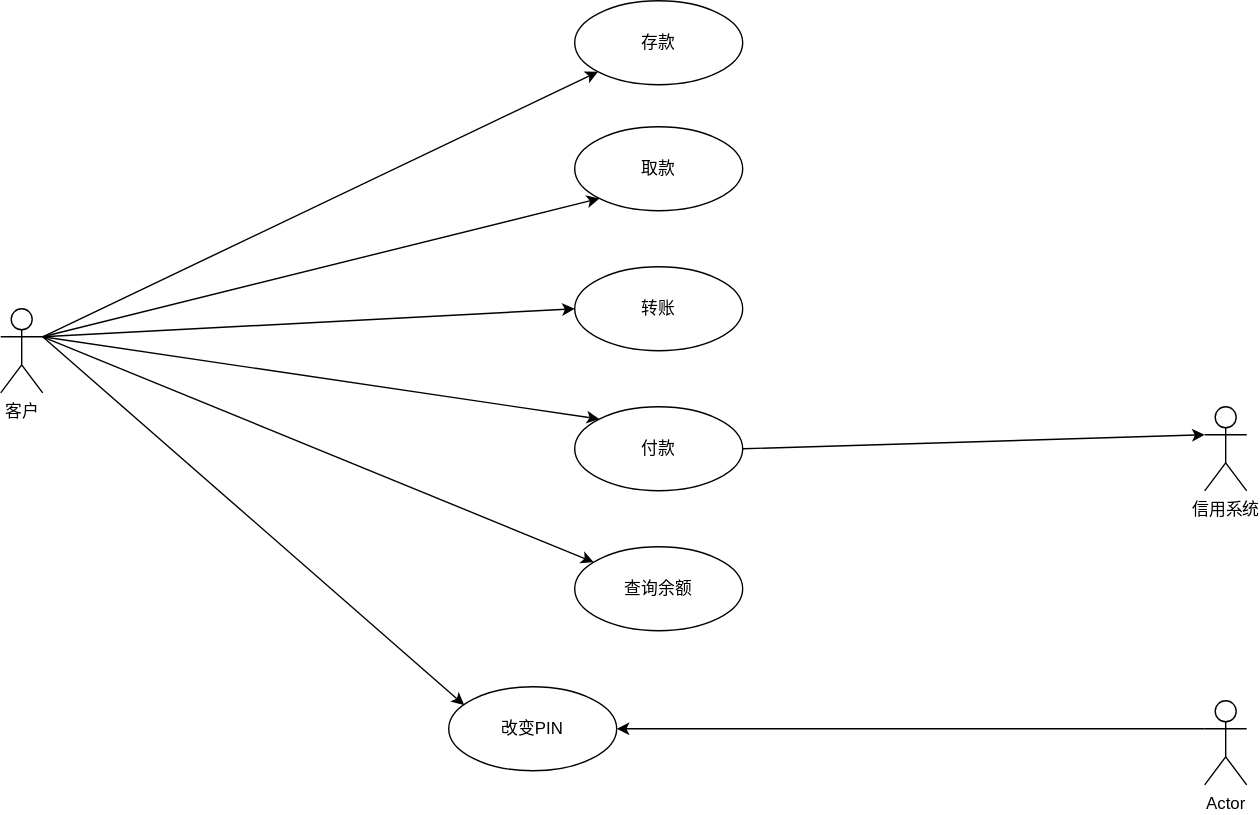
Before: 未命名绘图.drawio.svg, a diagram exported from draw.io (ztyawc/blog). Source tidied: cells renumbered, new cells last; positions are measured from the earlier drawing's top-left corner, leaving out a move shared by most shapes.
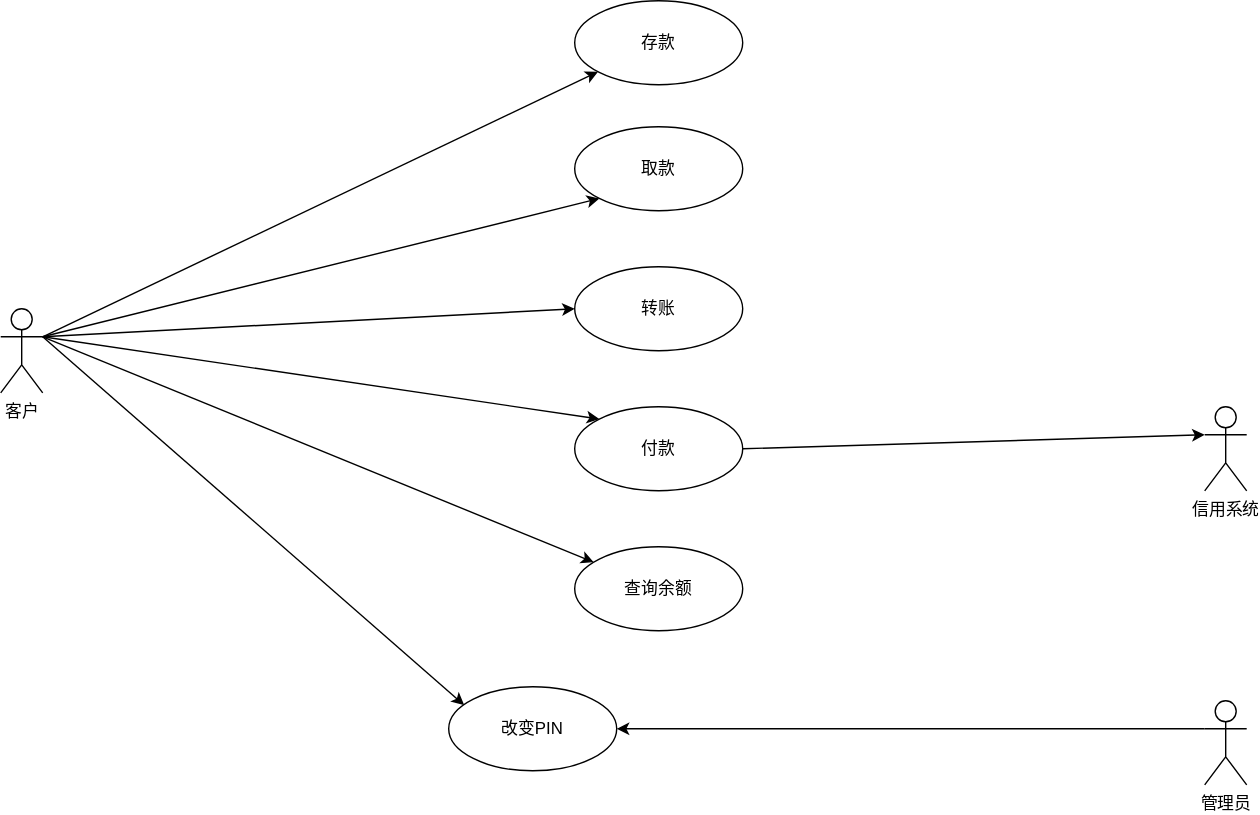
The same diagram one commit later.

Commit message:
更新未命名绘图.drawio.svg

The edit, as a diff of the source:
```diff
@@ -50,7 +50,7 @@
     <mxCell id="17" style="edgeStyle=none;rounded=0;jettySize=auto;html=1;exitX=0;exitY=0.3333333333333333;exitDx=0;exitDy=0;exitPerimeter=0;entryX=1;entryY=0.5;entryDx=0;entryDy=0;" parent="1" edge="1" source="18" target="15">
       <mxGeometry relative="1" as="geometry" />
     </mxCell>
-    <mxCell id="18" value="Actor" style="shape=umlActor;verticalLabelPosition=bottom;verticalAlign=top;html=1;" parent="1" vertex="1">
+    <mxCell id="18" value="管理员" style="shape=umlActor;verticalLabelPosition=bottom;verticalAlign=top;html=1;" parent="1" vertex="1">
       <mxGeometry x="860" y="500" width="30" height="60" as="geometry" />
     </mxCell>
   </root>
```
